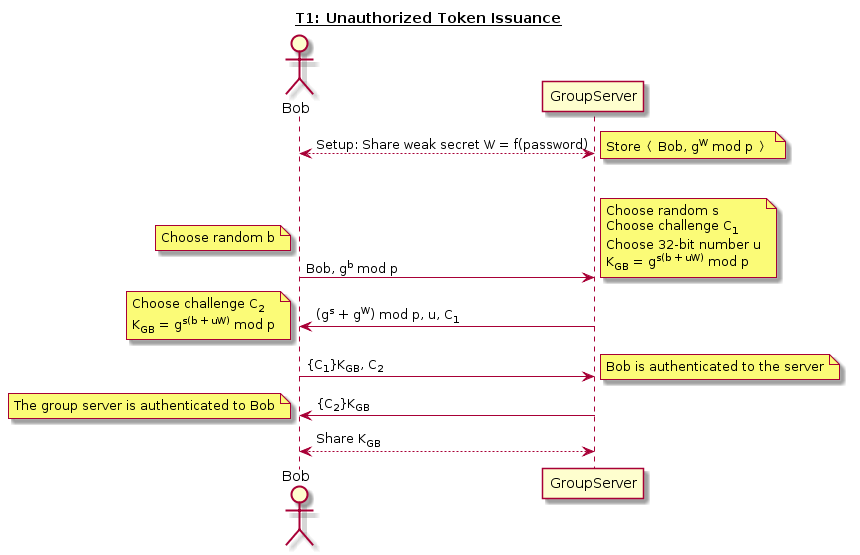
Above: reports/img/T1.png in jondyer/cs1653-2017fa-jbd29-mar257-zds14 (PlantUML), before the change.
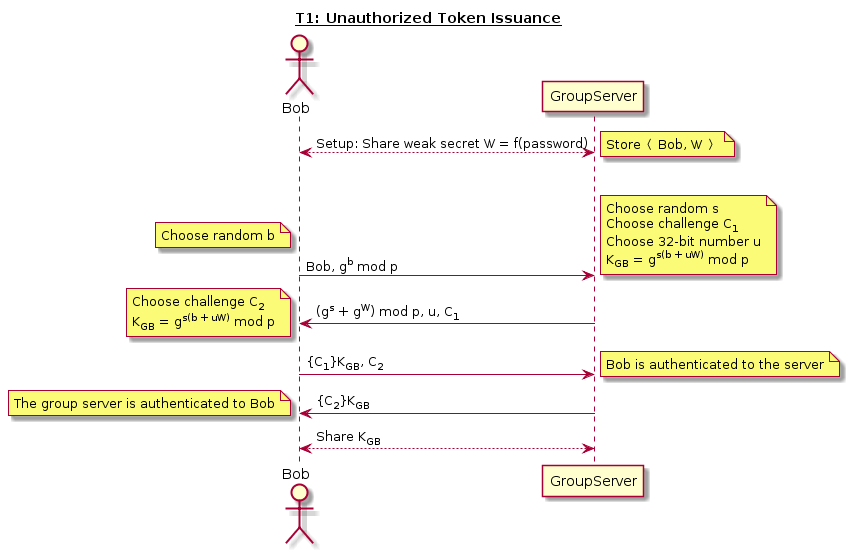
Above is the later version.

Commit message:
Added notes to diagrams

Change to the diagram source:
```diff
@@ -3,7 +3,7 @@
 actor Bob
 
 Bob <--> GroupServer: Setup: Share weak secret W = f(password)
-note right: Store? Bob, g<sup>W</sup> mod p ?
+note right: Store? Bob, W ?
 |||
 Bob -> GroupServer: Bob, g<sup>b</sup> mod p
 note left: Choose random b
```
